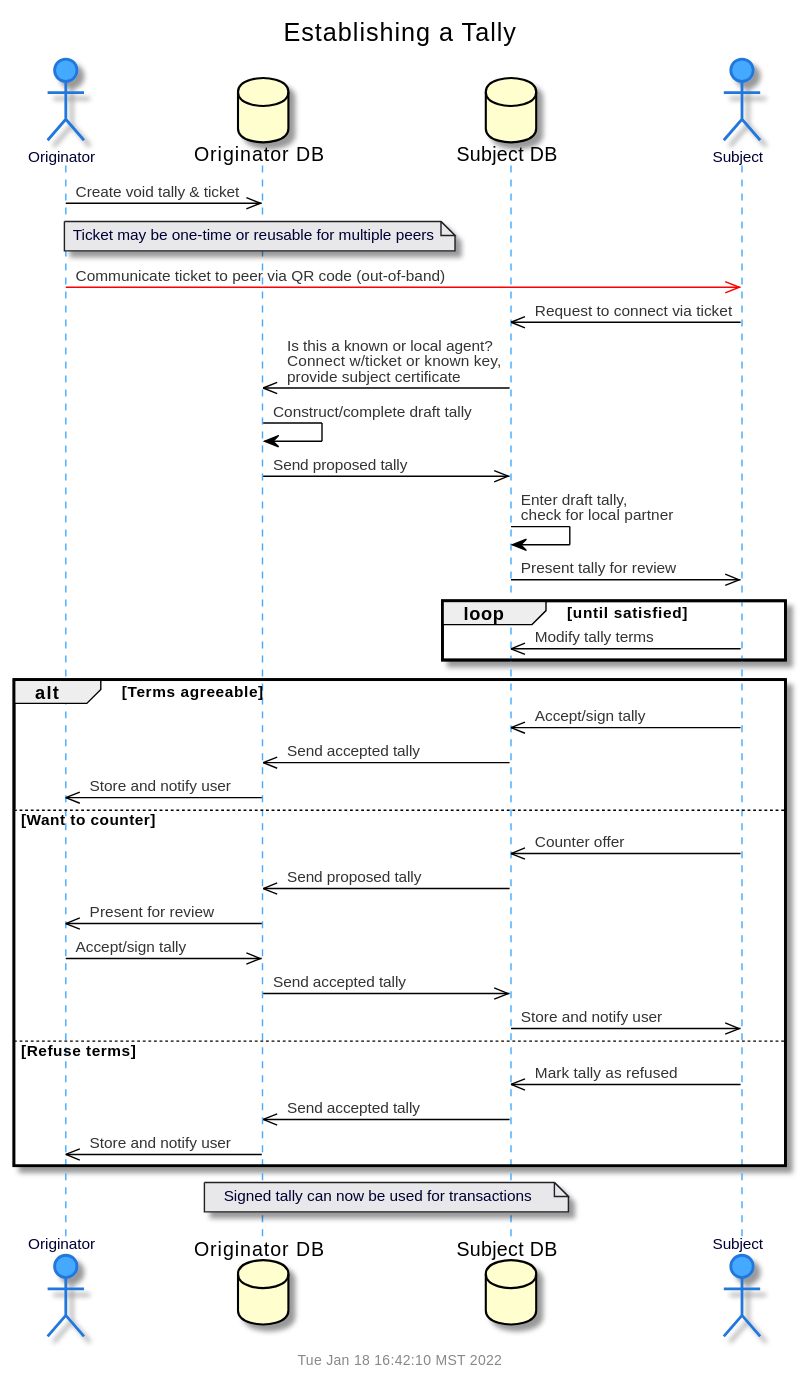
This is doc/uml/seq-tally.svg from gotchoices/MyCHIPs, a PlantUML export, as it was before one commit.
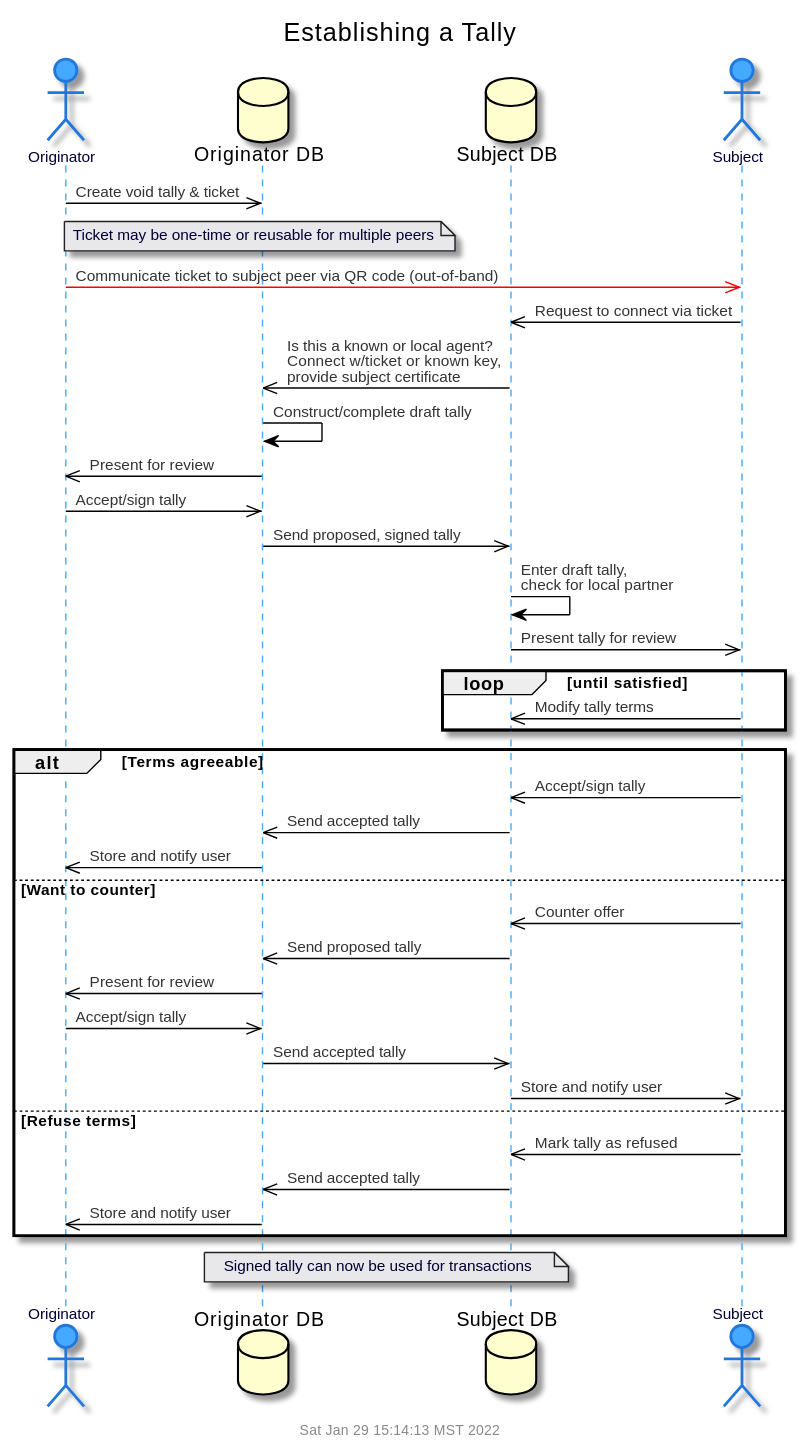
Later version of the same file.

What changed in the source:
```diff
@@ -10,11 +10,13 @@
 note over propDB
   Ticket may be one-time or reusable for multiple peers
 end note
-prop	-[#red]>> subj:		Communicate ticket to peer via QR code (out-of-band)
+prop	-[#red]>> subj:		Communicate ticket to subject peer via QR code (out-of-band)
 subj	->>	subjDB:		Request to connect via ticket
 subjDB	->>	propDB:		Is this a known or local agent?\nConnect w/ticket or known key,\nprovide subject certificate
 propDB	->	propDB:		Construct/complete draft tally
-propDB	->>	subjDB:		Send proposed tally
+propDB	->>	prop:		Present for review
+prop	->>	propDB:		Accept/sign tally
+propDB	->>	subjDB:		Send proposed, signed tally
 subjDB	->	subjDB:		Enter draft tally,\ncheck for local partner
 subjDB	->>	subj:		Present tally for review
 loop until satisfied
```
